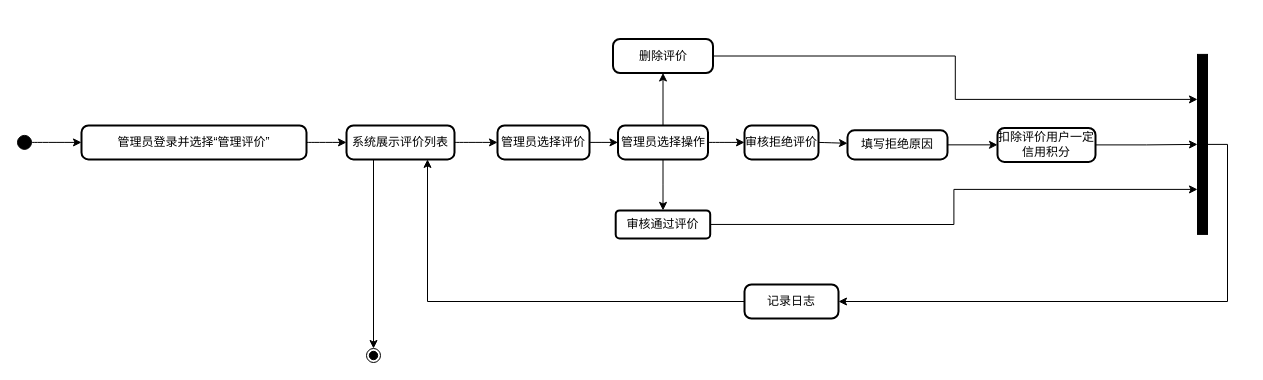
This is page "行为建模" (2 of 2) of 文档/需求分析规约文档/三种建模/09管理评价用例建模.drawio from w1ntercube/TJ-SE-Design, a draw.io file, before an edit. Source tidied: cells renumbered, new cells numbered last; positions are measured from the earlier drawing's top-left corner, leaving out a move shared by most shapes. Both pictures are drawn from the tidied source at 100%, with x=0, y=0 at pixel (17, 38).
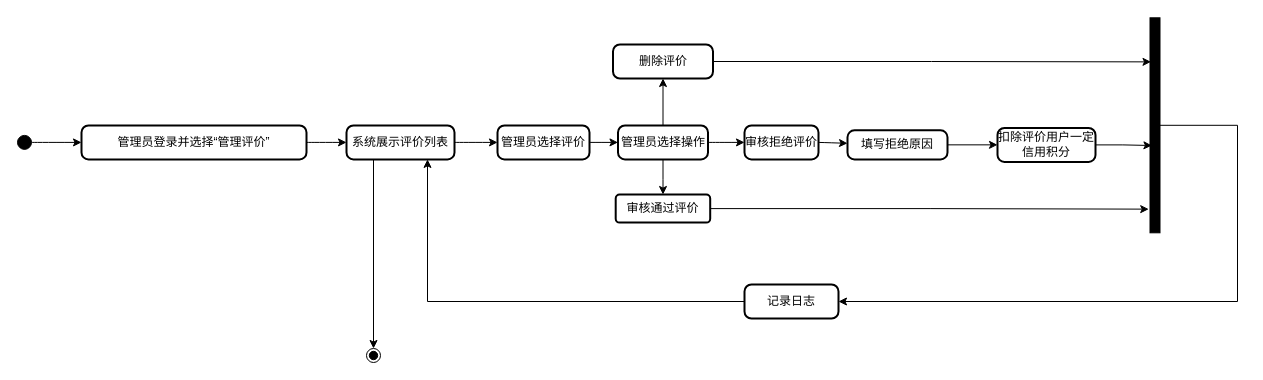
Above is the later version.

The change refers to these unchanged cells:
```xml
<mxCell id="13" value="记录日志" style="rounded=1;absoluteArcSize=1;arcSize=14;whiteSpace=wrap;strokeWidth=2;" parent="1" vertex="1">
  <mxGeometry x="727" y="246" width="94" height="34" as="geometry" />
</mxCell>
<mxCell id="23" value="扣除评价用户一定信用积分" style="rounded=1;absoluteArcSize=1;arcSize=14;whiteSpace=wrap;strokeWidth=2;" parent="1" vertex="1">
  <mxGeometry x="980" y="89.4" width="98" height="34" as="geometry" />
</mxCell>
```

Change to the diagram source:
```diff
@@
-    <mxCell id="10" style="edgeStyle=orthogonalEdgeStyle;rounded=0;jettySize=auto;html=1;exitX=1;exitY=0.5;exitDx=0;exitDy=0;entryX=0.25;entryY=1;entryDx=0;entryDy=0;" parent="1" edge="1" source="11" target="29">
+    <mxCell id="10" style="edgeStyle=orthogonalEdgeStyle;rounded=0;jettySize=auto;html=1;entryX=0.205;entryY=0.899;entryDx=0;entryDy=0;entryPerimeter=0;" parent="1" edge="1" source="11" target="29">
       <mxGeometry relative="1" as="geometry" />
     </mxCell>
     <mxCell id="11" value="删除评价" style="rounded=1;absoluteArcSize=1;arcSize=14;whiteSpace=wrap;strokeWidth=2;" parent="1" vertex="1">
-      <mxGeometry x="595.5" y="0.5" width="100" height="34" as="geometry" />
+      <mxGeometry x="595.5" y="6" width="100" height="34" as="geometry" />
     </mxCell>
@@
-    <mxCell id="22" style="edgeStyle=orthogonalEdgeStyle;rounded=0;jettySize=auto;html=1;exitX=1;exitY=0.5;exitDx=0;exitDy=0;entryX=0.5;entryY=1;entryDx=0;entryDy=0;" parent="1" edge="1" source="23" target="29">
+    <mxCell id="22" style="edgeStyle=orthogonalEdgeStyle;rounded=0;jettySize=auto;html=1;entryX=0.594;entryY=0.807;entryDx=0;entryDy=0;entryPerimeter=0;" parent="1" edge="1" source="23" target="29">
       <mxGeometry relative="1" as="geometry" />
     </mxCell>
@@
-    <mxCell id="24" style="edgeStyle=orthogonalEdgeStyle;rounded=0;jettySize=auto;html=1;exitX=1;exitY=0.5;exitDx=0;exitDy=0;entryX=0.75;entryY=1;entryDx=0;entryDy=0;" parent="1" edge="1" source="25" target="29">
-      <mxGeometry relative="1" as="geometry" />
-    </mxCell>
     <mxCell id="25" value="审核通过评价" style="whiteSpace=wrap;html=1;rounded=1;arcSize=14;strokeWidth=2;" parent="1" vertex="1">
-      <mxGeometry x="598.2" y="171.9" width="94.5" height="28.1" as="geometry" />
+      <mxGeometry x="598.2" y="156" width="94.5" height="28.1" as="geometry" />
     </mxCell>
@@
     <mxCell id="28" style="edgeStyle=orthogonalEdgeStyle;rounded=0;jettySize=auto;html=1;exitX=0.5;exitY=0;exitDx=0;exitDy=0;entryX=1;entryY=0.5;entryDx=0;entryDy=0;" parent="1" edge="1" source="29" target="13">
-      <mxGeometry relative="1" as="geometry" />
+      <mxGeometry relative="1" as="geometry">
+        <Array as="points">
+          <mxPoint x="1220" y="87" />
+          <mxPoint x="1220" y="263" />
+        </Array>
+      </mxGeometry>
     </mxCell>
     <mxCell id="29" style="rounded=0;whiteSpace=wrap;html=1;fontSize=12;fillColor=#000000;rotation=90;" parent="1" vertex="1">
-      <mxGeometry x="1095" y="100.9" width="180" height="10" as="geometry" />
+      <mxGeometry x="1030" y="81.8" width="215" height="10" as="geometry" />
     </mxCell>
+    <mxCell id="24" style="edgeStyle=orthogonalEdgeStyle;rounded=0;jettySize=auto;html=1;entryX=0.89;entryY=1.127;entryDx=0;entryDy=0;entryPerimeter=0;" parent="1" edge="1" source="25" target="29">
+      <mxGeometry relative="1" as="geometry" />
+    </mxCell>
```
